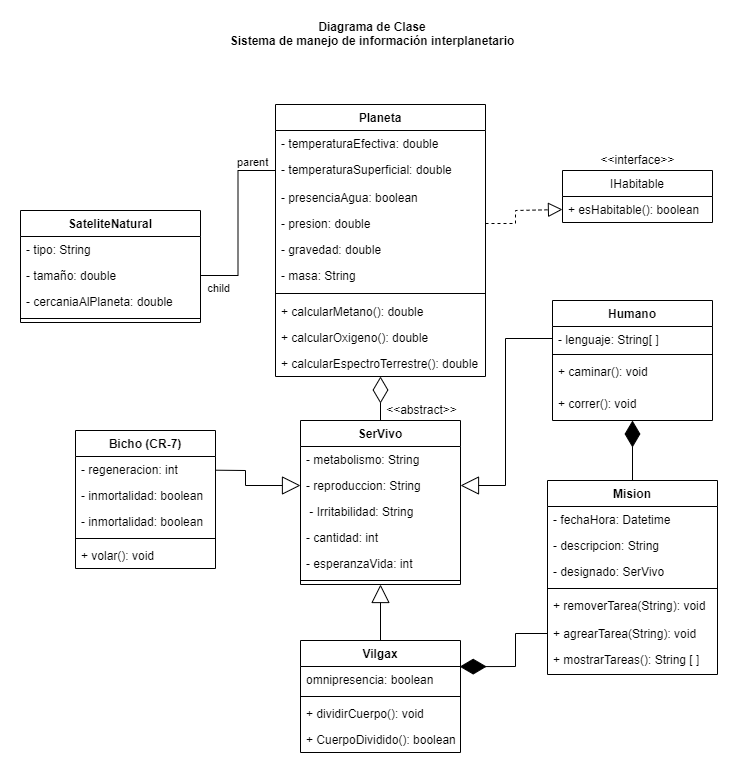
The draw.io diagram Clase15_lectura/Diagrama-SistemaInterplanetario.png in LeoGrigoriadis/Bootcamp-Java-Backend, before a commit. Source tidied: cells renumbered, new cells last; positions are measured from the earlier drawing's top-left corner, leaving out a move shared by most shapes.
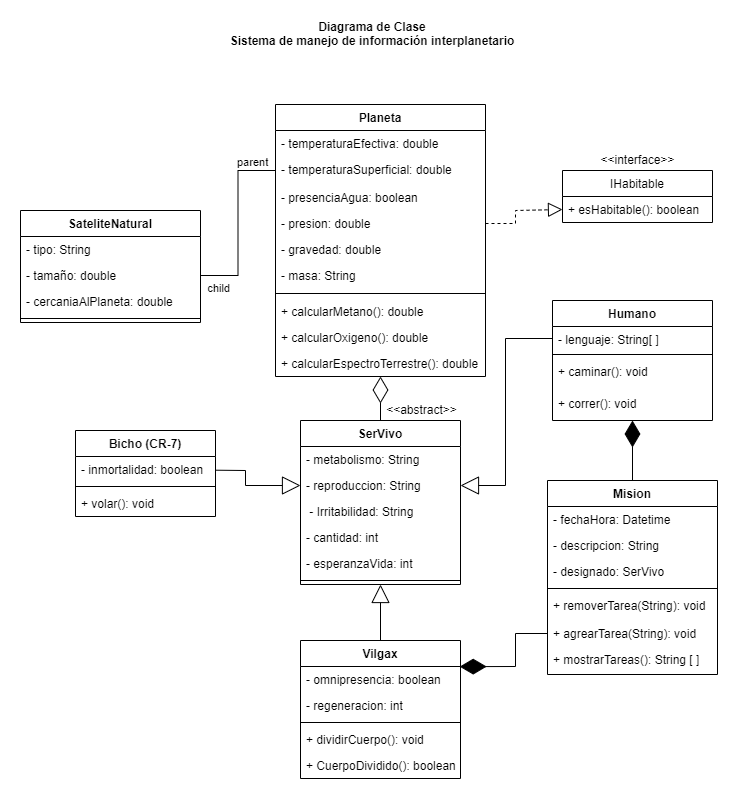
The same diagram one commit later.

What changed in the source:
```diff
@@ -152,22 +152,16 @@
       <mxGeometry y="166" width="170" height="28" as="geometry" />
     </mxCell>
     <mxCell id="47" value="Bicho (CR-7)" style="swimlane;fontStyle=1;align=center;verticalAlign=top;horizontal=1;startSize=26;" parent="1" vertex="1">
-      <mxGeometry x="55" y="410" width="140" height="138" as="geometry" />
+      <mxGeometry x="55" y="410" width="140" height="86" as="geometry" />
     </mxCell>
-    <mxCell id="48" value="- regeneracion: int" style="text;strokeColor=none;fillColor=none;align=left;verticalAlign=top;spacingLeft=4;spacingRight=4;overflow=hidden;points=[[0,0.5],[1,0.5]];portConstraint=eastwest;" parent="47" vertex="1">
-      <mxGeometry y="26" width="140" height="26" as="geometry" />
-    </mxCell>
     <mxCell id="49" value="- inmortalidad: boolean&#10;" style="text;strokeColor=none;fillColor=none;align=left;verticalAlign=top;spacingLeft=4;spacingRight=4;overflow=hidden;" parent="47" vertex="1">
-      <mxGeometry y="52" width="140" height="26" as="geometry" />
+      <mxGeometry y="26" width="140" height="26" as="geometry" />
     </mxCell>
-    <mxCell id="50" value="- inmortalidad: boolean&#10;" style="text;strokeColor=none;fillColor=none;align=left;verticalAlign=top;spacingLeft=4;spacingRight=4;overflow=hidden;" parent="47" vertex="1">
-      <mxGeometry y="78" width="140" height="26" as="geometry" />
-    </mxCell>
     <mxCell id="51" style="line;strokeWidth=1;fillColor=none;align=left;verticalAlign=middle;spacingTop=-1;spacingLeft=3;spacingRight=3;labelPosition=right;" parent="47" vertex="1">
-      <mxGeometry y="104" width="140" height="8" as="geometry" />
+      <mxGeometry y="52" width="140" height="8" as="geometry" />
     </mxCell>
     <mxCell id="52" value="+ volar(): void" style="text;strokeColor=none;fillColor=none;align=left;verticalAlign=top;spacingLeft=4;spacingRight=4;overflow=hidden;" parent="47" vertex="1">
-      <mxGeometry y="112" width="140" height="26" as="geometry" />
+      <mxGeometry y="60" width="140" height="26" as="geometry" />
     </mxCell>
     <mxCell id="53" value="Diagrama de Clase&#10;Sistema de manejo de información interplanetario" style="text;align=center;fontStyle=1;verticalAlign=middle;spacingLeft=3;spacingRight=3;strokeColor=none;" parent="1" vertex="1">
       <mxGeometry x="312" width="80" height="26" as="geometry" />
@@ -175,8 +169,9 @@
     <mxCell id="54" style="endArrow=diamondThin;endFill=1;endSize=24;html=1;rounded=0;entryX=0.5;entryY=1;entryDx=0;entryDy=0;exitX=0.5;exitY=0;exitDx=0;exitDy=0;" parent="1" edge="1" source="39" target="23">
       <mxGeometry relative="1" as="geometry" />
     </mxCell>
-    <mxCell id="55" style="endArrow=block;endSize=16;endFill=0;html=1;rounded=0;fontFamily=Helvetica;fontSize=12;fontColor=default;" parent="1" edge="1" source="48" target="17">
+    <mxCell id="55" style="endArrow=block;endSize=16;endFill=0;html=1;rounded=0;fontFamily=Helvetica;fontSize=12;fontColor=default;" parent="1" edge="1" target="17">
       <mxGeometry relative="1" as="geometry">
+        <mxPoint x="195" y="449.7" as="sourcePoint" />
         <Array as="points">
           <mxPoint x="225" y="450" />
           <mxPoint x="225" y="465" />
@@ -184,19 +179,22 @@
       </mxGeometry>
     </mxCell>
     <mxCell id="56" value="Vilgax" style="swimlane;fontStyle=1;align=center;verticalAlign=top;horizontal=1;startSize=26;fontFamily=Helvetica;fontSize=12;fontColor=default;fillColor=none;gradientColor=none;" parent="1" vertex="1">
-      <mxGeometry x="280" y="620" width="160" height="112" as="geometry" />
+      <mxGeometry x="280" y="620" width="160" height="138" as="geometry" />
     </mxCell>
-    <mxCell id="57" value="omnipresencia: boolean" style="text;strokeColor=none;fillColor=none;align=left;verticalAlign=top;spacingLeft=4;spacingRight=4;overflow=hidden;points=[[0,0.5],[1,0.5]];portConstraint=eastwest;fontFamily=Helvetica;fontSize=12;fontColor=default;" parent="56" vertex="1">
+    <mxCell id="57" value="- omnipresencia: boolean" style="text;strokeColor=none;fillColor=none;align=left;verticalAlign=top;spacingLeft=4;spacingRight=4;overflow=hidden;points=[[0,0.5],[1,0.5]];portConstraint=eastwest;fontFamily=Helvetica;fontSize=12;fontColor=default;" parent="56" vertex="1">
       <mxGeometry y="26" width="160" height="26" as="geometry" />
     </mxCell>
+    <mxCell id="48" value="- regeneracion: int" style="text;strokeColor=none;fillColor=none;align=left;verticalAlign=top;spacingLeft=4;spacingRight=4;overflow=hidden;points=[[0,0.5],[1,0.5]];portConstraint=eastwest;" parent="56" vertex="1">
+      <mxGeometry y="52" width="160" height="26" as="geometry" />
+    </mxCell>
     <mxCell id="58" style="line;strokeWidth=1;fillColor=none;align=left;verticalAlign=middle;spacingTop=-1;spacingLeft=3;spacingRight=3;labelPosition=right;fontFamily=Helvetica;fontSize=12;fontColor=default;" parent="56" vertex="1">
-      <mxGeometry y="52" width="160" height="8" as="geometry" />
+      <mxGeometry y="78" width="160" height="8" as="geometry" />
     </mxCell>
     <mxCell id="59" value="+ dividirCuerpo(): void" style="text;strokeColor=none;fillColor=none;align=left;verticalAlign=top;spacingLeft=4;spacingRight=4;overflow=hidden;fontFamily=Helvetica;fontSize=12;fontColor=default;" parent="56" vertex="1">
-      <mxGeometry y="60" width="160" height="26" as="geometry" />
+      <mxGeometry y="86" width="160" height="26" as="geometry" />
     </mxCell>
     <mxCell id="60" value="+ CuerpoDividido(): boolean" style="text;strokeColor=none;fillColor=none;align=left;verticalAlign=top;spacingLeft=4;spacingRight=4;overflow=hidden;fontFamily=Helvetica;fontSize=12;fontColor=default;" parent="56" vertex="1">
-      <mxGeometry y="86" width="160" height="26" as="geometry" />
+      <mxGeometry y="112" width="160" height="26" as="geometry" />
     </mxCell>
     <mxCell id="61" style="endArrow=block;endSize=16;endFill=0;html=1;rounded=0;fontFamily=Helvetica;fontSize=12;fontColor=default;" parent="1" edge="1" source="56" target="15">
       <mxGeometry relative="1" as="geometry" />
```
